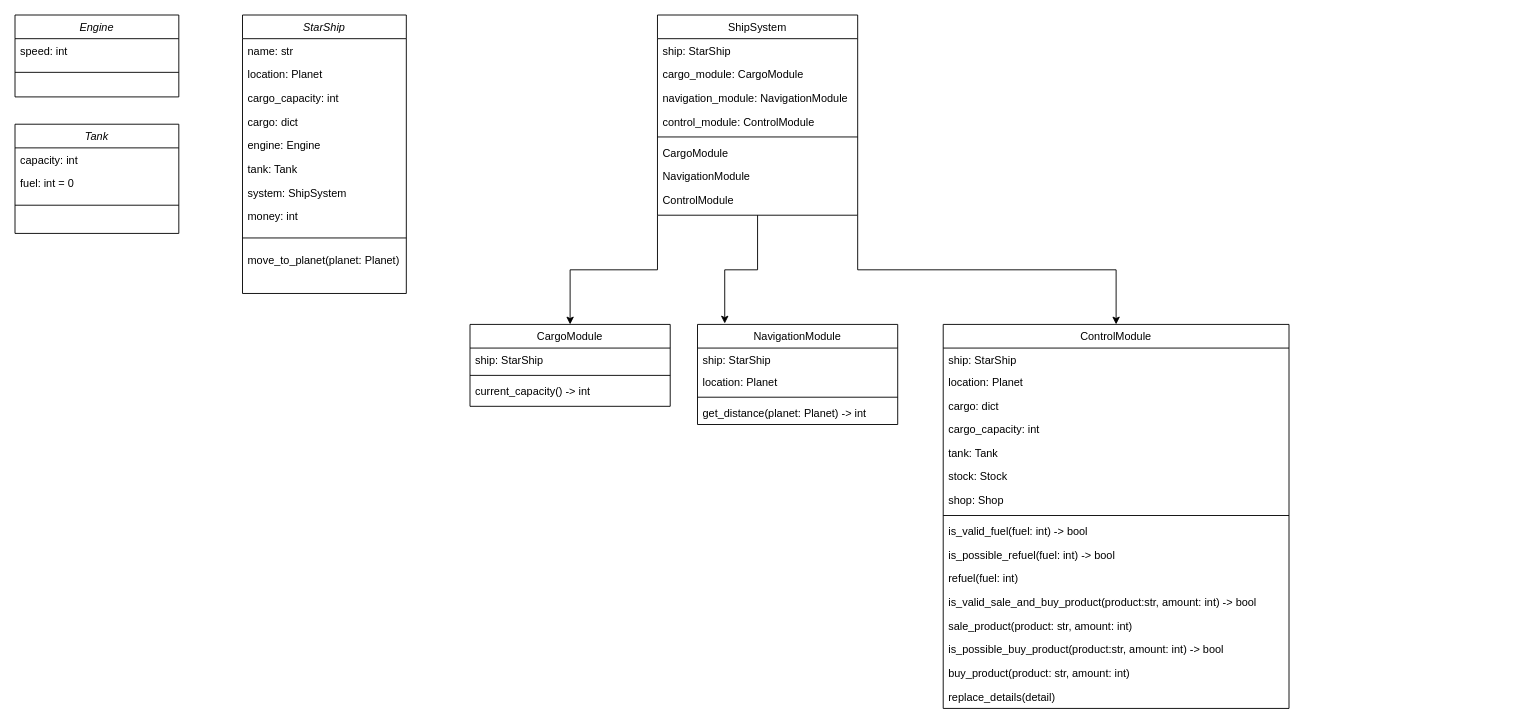
CURROCHKA/miner keeps this draw.io diagram as page "star_ship" (1 of 2) of Space_Tracking/diagram/Space_Tracking.drawio. Above is the earlier version. Source tidied: cells renumbered, new cells numbered last; positions are measured from the earlier drawing's top-left corner, leaving out a move shared by most shapes. Both pictures are drawn from the tidied source at 91%, with x=0, y=0 at pixel (15, 15).
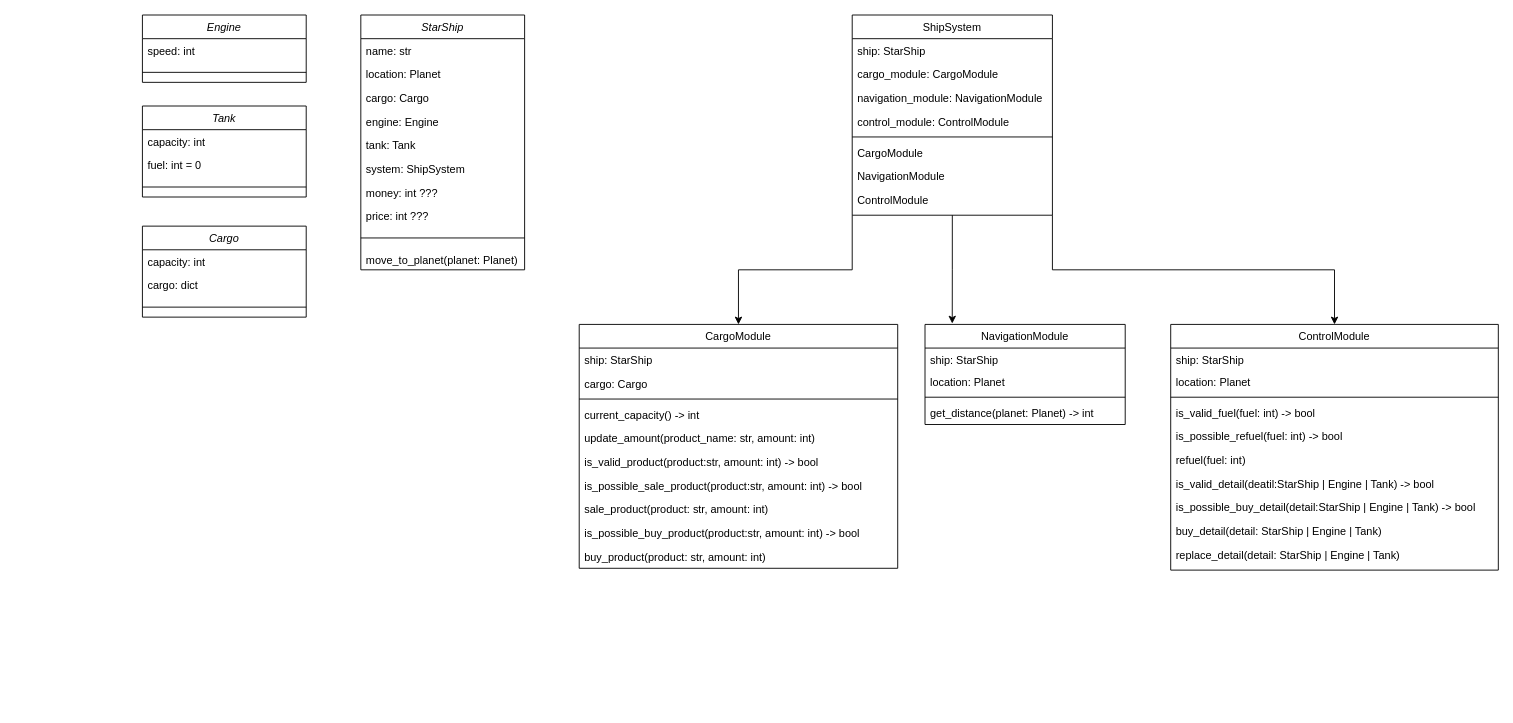
The same diagram, later.

Commit message (it also covers changes not shown here):
sale_detail, replace_detail, buy_detail

The edit, as a diff of the source:
```diff
@@
     <mxCell id="2" value="StarShip" style="swimlane;fontStyle=2;align=center;verticalAlign=top;horizontal=1;startSize=26;rounded=0;shadow=0;strokeWidth=1;" parent="1" vertex="1">
-      <mxGeometry x="250" width="180" height="306" as="geometry" />
+      <mxGeometry x="380" width="180" height="280" as="geometry" />
     </mxCell>
@@
-    <mxCell id="5" value="cargo_capacity: int" style="text;align=left;verticalAlign=top;spacingLeft=4;spacingRight=4;overflow=hidden;rounded=0;shadow=0;html=0;" parent="2" vertex="1">
-      <mxGeometry y="78" width="180" height="26" as="geometry" />
-    </mxCell>
-    <mxCell id="6" value="cargo: dict" style="text;align=left;verticalAlign=top;spacingLeft=4;spacingRight=4;overflow=hidden;rounded=0;shadow=0;html=0;" parent="2" vertex="1">
-      <mxGeometry y="104" width="180" height="26" as="geometry" />
+    <mxCell id="6" value="cargo: Cargo" style="text;align=left;verticalAlign=top;spacingLeft=4;spacingRight=4;overflow=hidden;rounded=0;shadow=0;html=0;" parent="2" vertex="1">
+      <mxGeometry y="78" width="180" height="26" as="geometry" />
     </mxCell>
     <mxCell id="7" value="engine: Engine" style="text;align=left;verticalAlign=top;spacingLeft=4;spacingRight=4;overflow=hidden;rounded=0;shadow=0;html=0;" parent="2" vertex="1">
-      <mxGeometry y="130" width="180" height="26" as="geometry" />
+      <mxGeometry y="104" width="180" height="26" as="geometry" />
     </mxCell>
     <mxCell id="8" value="tank: Tank" style="text;align=left;verticalAlign=top;spacingLeft=4;spacingRight=4;overflow=hidden;rounded=0;shadow=0;html=0;" parent="2" vertex="1">
-      <mxGeometry y="156" width="180" height="26" as="geometry" />
+      <mxGeometry y="130" width="180" height="26" as="geometry" />
     </mxCell>
     <mxCell id="9" value="system: ShipSystem" style="text;align=left;verticalAlign=top;spacingLeft=4;spacingRight=4;overflow=hidden;rounded=0;shadow=0;html=0;" parent="2" vertex="1">
-      <mxGeometry y="182" width="180" height="26" as="geometry" />
+      <mxGeometry y="156" width="180" height="26" as="geometry" />
     </mxCell>
-    <mxCell id="10" value="money: int&#10;" style="text;align=left;verticalAlign=top;spacingLeft=4;spacingRight=4;overflow=hidden;rounded=0;shadow=0;html=0;" parent="2" vertex="1">
-      <mxGeometry y="208" width="180" height="26" as="geometry" />
+    <mxCell id="10" value="money: int ???&#10;&#10;" style="text;align=left;verticalAlign=top;spacingLeft=4;spacingRight=4;overflow=hidden;rounded=0;shadow=0;html=0;" parent="2" vertex="1">
+      <mxGeometry y="182" width="180" height="26" as="geometry" />
     </mxCell>
+    <mxCell id="58" value="price: int ???&#10;" style="text;align=left;verticalAlign=top;spacingLeft=4;spacingRight=4;overflow=hidden;" parent="2" vertex="1">
+      <mxGeometry y="208" width="180" height="26" as="geometry" />
+    </mxCell>
@@
     <mxCell id="12" value="move_to_planet(planet: Planet)" style="text;align=left;verticalAlign=top;spacingLeft=4;spacingRight=4;overflow=hidden;rounded=0;shadow=0;html=0;" parent="2" vertex="1">
-      <mxGeometry y="256" width="180" height="50" as="geometry" />
+      <mxGeometry y="256" width="180" height="24" as="geometry" />
     </mxCell>
@@
     <mxCell id="16" value="ShipSystem" style="swimlane;fontStyle=0;align=center;verticalAlign=top;horizontal=1;startSize=26;rounded=0;shadow=0;strokeWidth=1;" parent="1" vertex="1">
-      <mxGeometry x="706" width="220" height="220" as="geometry" />
+      <mxGeometry x="920" width="220" height="220" as="geometry" />
     </mxCell>
@@
     <mxCell id="25" value="CargoModule" style="swimlane;fontStyle=0;align=center;verticalAlign=top;horizontal=1;startSize=26;rounded=0;shadow=0;strokeWidth=1;" parent="1" vertex="1">
-      <mxGeometry x="500" y="340" width="220" height="90" as="geometry" />
+      <mxGeometry x="620" y="340" width="350" height="268" as="geometry" />
     </mxCell>
+    <mxCell id="59" value="ship: StarShip" style="text;align=left;verticalAlign=top;spacingLeft=4;spacingRight=4;overflow=hidden;" parent="25" vertex="1">
+      <mxGeometry y="26" width="350" height="26" as="geometry" />
+    </mxCell>
-    <mxCell id="26" value="ship: StarShip" style="text;align=left;verticalAlign=top;spacingLeft=4;spacingRight=4;overflow=hidden;" parent="25" vertex="1">
-      <mxGeometry y="26" width="220" height="26" as="geometry" />
+    <mxCell id="26" value="cargo: Cargo" style="text;align=left;verticalAlign=top;spacingLeft=4;spacingRight=4;overflow=hidden;" parent="25" vertex="1">
+      <mxGeometry y="52" width="350" height="26" as="geometry" />
     </mxCell>
     <mxCell id="27" style="line;html=1;strokeWidth=1;align=left;verticalAlign=middle;spacingTop=-1;spacingLeft=3;spacingRight=3;labelPosition=right;" parent="25" vertex="1">
-      <mxGeometry y="52" width="220" height="8" as="geometry" />
+      <mxGeometry y="78" width="350" height="8" as="geometry" />
     </mxCell>
     <mxCell id="28" value="current_capacity() -&gt; int" style="text;align=left;verticalAlign=top;spacingLeft=4;spacingRight=4;overflow=hidden;" parent="25" vertex="1">
-      <mxGeometry y="60" width="220" height="26" as="geometry" />
+      <mxGeometry y="86" width="350" height="26" as="geometry" />
     </mxCell>
+    <mxCell id="60" value="update_amount(product_name: str, amount: int)" style="text;align=left;verticalAlign=top;spacingLeft=4;spacingRight=4;overflow=hidden;" parent="25" vertex="1">
+      <mxGeometry y="112" width="350" height="26" as="geometry" />
+    </mxCell>
+    <mxCell id="46" value="is_valid_product(product:str, amount: int) -&gt; bool" style="text;align=left;verticalAlign=top;spacingLeft=4;spacingRight=4;overflow=hidden;" parent="25" vertex="1">
+      <mxGeometry y="138" width="350" height="26" as="geometry" />
+    </mxCell>
+    <mxCell id="61" value="is_possible_sale_product(product:str, amount: int) -&gt; bool" style="text;align=left;verticalAlign=top;spacingLeft=4;spacingRight=4;overflow=hidden;" parent="25" vertex="1">
+      <mxGeometry y="164" width="350" height="26" as="geometry" />
+    </mxCell>
+    <mxCell id="47" value="sale_product(product: str, amount: int)" style="text;align=left;verticalAlign=top;spacingLeft=4;spacingRight=4;overflow=hidden;" parent="25" vertex="1">
+      <mxGeometry y="190" width="350" height="26" as="geometry" />
+    </mxCell>
+    <mxCell id="48" value="is_possible_buy_product(product:str, amount: int) -&gt; bool" style="text;align=left;verticalAlign=top;spacingLeft=4;spacingRight=4;overflow=hidden;" parent="25" vertex="1">
+      <mxGeometry y="216" width="350" height="26" as="geometry" />
+    </mxCell>
+    <mxCell id="49" value="buy_product(product: str, amount: int)" style="text;align=left;verticalAlign=top;spacingLeft=4;spacingRight=4;overflow=hidden;" parent="25" vertex="1">
+      <mxGeometry y="242" width="350" height="26" as="geometry" />
+    </mxCell>
     <mxCell id="29" value="NavigationModule" style="swimlane;fontStyle=0;align=center;verticalAlign=top;horizontal=1;startSize=26;rounded=0;shadow=0;strokeWidth=1;" parent="1" vertex="1">
-      <mxGeometry x="750" y="340" width="220" height="110" as="geometry" />
+      <mxGeometry x="1000" y="340" width="220" height="110" as="geometry" />
     </mxCell>
@@
     <mxCell id="34" value="ControlModule" style="swimlane;fontStyle=0;align=center;verticalAlign=top;horizontal=1;startSize=26;rounded=0;shadow=0;strokeWidth=1;" parent="1" vertex="1">
-      <mxGeometry x="1020" y="340" width="380" height="422" as="geometry" />
+      <mxGeometry x="1270" y="340" width="360" height="270" as="geometry" />
     </mxCell>
     <mxCell id="35" value="ship: StarShip" style="text;align=left;verticalAlign=top;spacingLeft=4;spacingRight=4;overflow=hidden;" parent="34" vertex="1">
-      <mxGeometry y="26" width="380" height="24" as="geometry" />
+      <mxGeometry y="26" width="360" height="24" as="geometry" />
     </mxCell>
     <mxCell id="36" value="location: Planet" style="text;align=left;verticalAlign=top;spacingLeft=4;spacingRight=4;overflow=hidden;" parent="34" vertex="1">
-      <mxGeometry y="50" width="380" height="26" as="geometry" />
+      <mxGeometry y="50" width="360" height="26" as="geometry" />
     </mxCell>
-    <mxCell id="37" value="cargo: dict" style="text;align=left;verticalAlign=top;spacingLeft=4;spacingRight=4;overflow=hidden;" parent="34" vertex="1">
-      <mxGeometry y="76" width="380" height="26" as="geometry" />
-    </mxCell>
-    <mxCell id="38" value="cargo_capacity: int " style="text;align=left;verticalAlign=top;spacingLeft=4;spacingRight=4;overflow=hidden;" parent="34" vertex="1">
-      <mxGeometry y="102" width="380" height="26" as="geometry" />
-    </mxCell>
-    <mxCell id="39" value="tank: Tank" style="text;align=left;verticalAlign=top;spacingLeft=4;spacingRight=4;overflow=hidden;" parent="34" vertex="1">
-      <mxGeometry y="128" width="380" height="26" as="geometry" />
-    </mxCell>
-    <mxCell id="40" value="stock: Stock" style="text;align=left;verticalAlign=top;spacingLeft=4;spacingRight=4;overflow=hidden;" parent="34" vertex="1">
-      <mxGeometry y="154" width="380" height="26" as="geometry" />
-    </mxCell>
-    <mxCell id="41" value="shop: Shop&#10;" style="text;align=left;verticalAlign=top;spacingLeft=4;spacingRight=4;overflow=hidden;" parent="34" vertex="1">
-      <mxGeometry y="180" width="380" height="26" as="geometry" />
-    </mxCell>
     <mxCell id="42" style="line;html=1;strokeWidth=1;align=left;verticalAlign=middle;spacingTop=-1;spacingLeft=3;spacingRight=3;labelPosition=right;" parent="34" vertex="1">
-      <mxGeometry y="206" width="380" height="8" as="geometry" />
+      <mxGeometry y="76" width="360" height="8" as="geometry" />
     </mxCell>
     <mxCell id="43" value="is_valid_fuel(fuel: int) -&gt; bool" style="text;align=left;verticalAlign=top;spacingLeft=4;spacingRight=4;overflow=hidden;" parent="34" vertex="1">
-      <mxGeometry y="214" width="380" height="26" as="geometry" />
+      <mxGeometry y="84" width="360" height="26" as="geometry" />
     </mxCell>
     <mxCell id="44" value="is_possible_refuel(fuel: int) -&gt; bool" style="text;align=left;verticalAlign=top;spacingLeft=4;spacingRight=4;overflow=hidden;" parent="34" vertex="1">
-      <mxGeometry y="240" width="380" height="26" as="geometry" />
+      <mxGeometry y="110" width="360" height="26" as="geometry" />
     </mxCell>
     <mxCell id="45" value="refuel(fuel: int)&#10;" style="text;align=left;verticalAlign=top;spacingLeft=4;spacingRight=4;overflow=hidden;" parent="34" vertex="1">
-      <mxGeometry y="266" width="380" height="26" as="geometry" />
+      <mxGeometry y="136" width="360" height="26" as="geometry" />
     </mxCell>
-    <mxCell id="46" value="is_valid_sale_and_buy_product(product:str, amount: int) -&gt; bool" style="text;align=left;verticalAlign=top;spacingLeft=4;spacingRight=4;overflow=hidden;" parent="34" vertex="1">
-      <mxGeometry y="292" width="380" height="26" as="geometry" />
-    </mxCell>
-    <mxCell id="47" value="sale_product(product: str, amount: int)" style="text;align=left;verticalAlign=top;spacingLeft=4;spacingRight=4;overflow=hidden;" parent="34" vertex="1">
-      <mxGeometry y="318" width="380" height="26" as="geometry" />
-    </mxCell>
-    <mxCell id="48" value="is_possible_buy_product(product:str, amount: int) -&gt; bool" style="text;align=left;verticalAlign=top;spacingLeft=4;spacingRight=4;overflow=hidden;" parent="34" vertex="1">
-      <mxGeometry y="344" width="380" height="26" as="geometry" />
-    </mxCell>
-    <mxCell id="49" value="buy_product(product: str, amount: int)" style="text;align=left;verticalAlign=top;spacingLeft=4;spacingRight=4;overflow=hidden;" parent="34" vertex="1">
-      <mxGeometry y="370" width="380" height="26" as="geometry" />
-    </mxCell>
+    <mxCell id="62" value="is_valid_detail(deatil:StarShip | Engine | Tank) -&gt; bool" style="text;align=left;verticalAlign=top;spacingLeft=4;spacingRight=4;overflow=hidden;" parent="34" vertex="1">
+      <mxGeometry y="162" width="360" height="26" as="geometry" />
+    </mxCell>
+    <mxCell id="63" value="is_possible_buy_detail(detail:StarShip | Engine | Tank) -&gt; bool" style="text;align=left;verticalAlign=top;spacingLeft=4;spacingRight=4;overflow=hidden;" parent="34" vertex="1">
+      <mxGeometry y="188" width="360" height="26" as="geometry" />
+    </mxCell>
-    <mxCell id="50" value="replace_details(detail) " style="text;align=left;verticalAlign=top;spacingLeft=4;spacingRight=4;overflow=hidden;" parent="34" vertex="1">
-      <mxGeometry y="396" width="380" height="26" as="geometry" />
+    <mxCell id="50" value="buy_detail(detail: StarShip | Engine | Tank)&#10;" style="text;align=left;verticalAlign=top;spacingLeft=4;spacingRight=4;overflow=hidden;" parent="34" vertex="1">
+      <mxGeometry y="214" width="360" height="26" as="geometry" />
     </mxCell>
+    <mxCell id="64" value="replace_detail(detail: StarShip | Engine | Tank)&#10;" style="text;align=left;verticalAlign=top;spacingLeft=4;spacingRight=4;overflow=hidden;" parent="34" vertex="1">
+      <mxGeometry y="240" width="360" height="26" as="geometry" />
+    </mxCell>
     <mxCell id="51" value="Engine" style="swimlane;fontStyle=2;align=center;verticalAlign=top;horizontal=1;startSize=26;rounded=0;shadow=0;strokeWidth=1;" parent="1" vertex="1">
-      <mxGeometry width="180" height="90" as="geometry" />
+      <mxGeometry x="140" width="180" height="74" as="geometry" />
     </mxCell>
@@
     <mxCell id="54" value="Tank" style="swimlane;fontStyle=2;align=center;verticalAlign=top;horizontal=1;startSize=26;rounded=0;shadow=0;strokeWidth=1;" parent="1" vertex="1">
-      <mxGeometry y="120" width="180" height="120" as="geometry" />
+      <mxGeometry x="140" y="100" width="180" height="100" as="geometry" />
     </mxCell>
@@
+    <mxCell id="65" value="Cargo" style="swimlane;fontStyle=2;align=center;verticalAlign=top;horizontal=1;startSize=26;rounded=0;shadow=0;strokeWidth=1;" parent="1" vertex="1">
+      <mxGeometry x="140" y="232" width="180" height="100" as="geometry" />
+    </mxCell>
+    <mxCell id="66" value="capacity: int" style="text;align=left;verticalAlign=top;spacingLeft=4;spacingRight=4;overflow=hidden;" parent="65" vertex="1">
+      <mxGeometry y="26" width="180" height="26" as="geometry" />
+    </mxCell>
+    <mxCell id="37" value="cargo: dict" style="text;align=left;verticalAlign=top;spacingLeft=4;spacingRight=4;overflow=hidden;" parent="65" vertex="1">
+      <mxGeometry y="52" width="180" height="26" as="geometry" />
+    </mxCell>
+    <mxCell id="67" style="line;html=1;strokeWidth=1;align=left;verticalAlign=middle;spacingTop=-1;spacingLeft=3;spacingRight=3;labelPosition=right;" parent="65" vertex="1">
+      <mxGeometry y="78" width="180" height="22" as="geometry" />
+    </mxCell>
```
